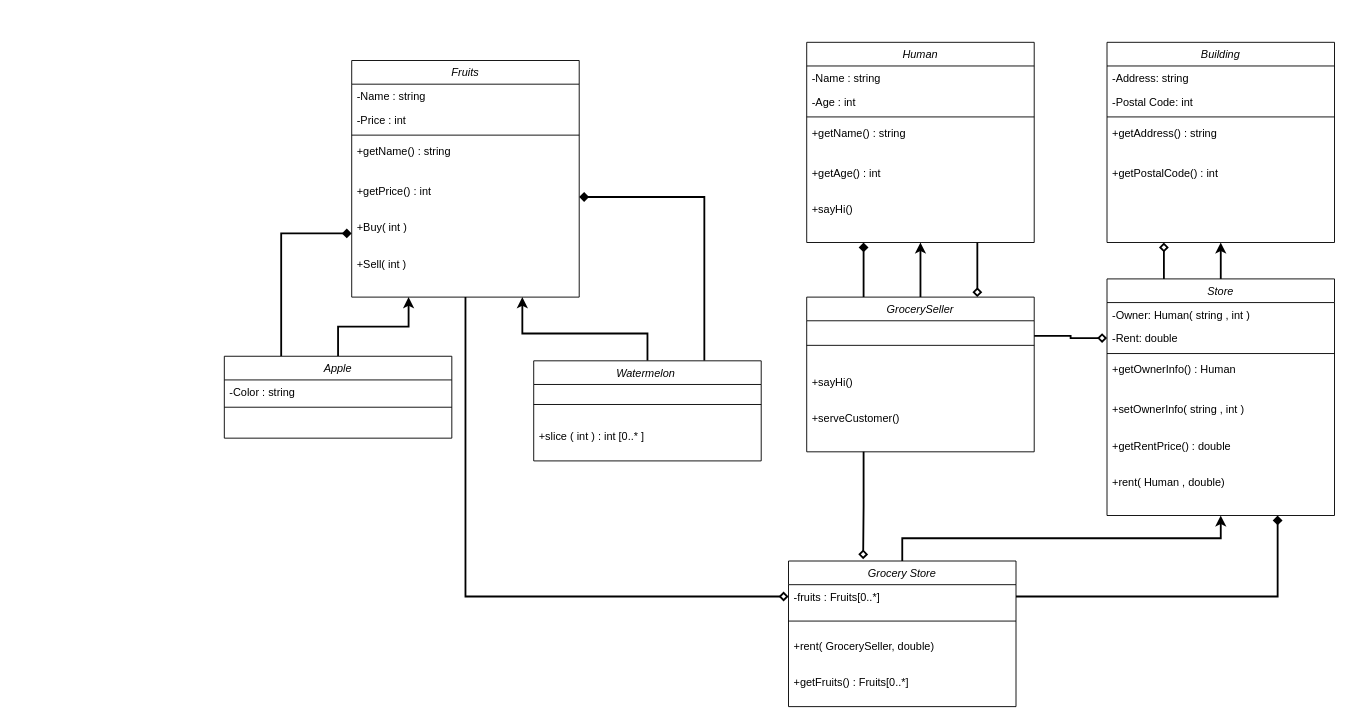
Earlier version of the draw.io diagram AP projects/UNIVERSITY/Untitled Diagram.drawio (ParhamBeik/QUERA_PROJECTS). Source tidied: cells renumbered, new cells numbered last; positions are measured from the earlier drawing's top-left corner, leaving out a move shared by most shapes. Both pictures are drawn from the tidied source at 91%, with x=0, y=0 at pixel (224, 42).
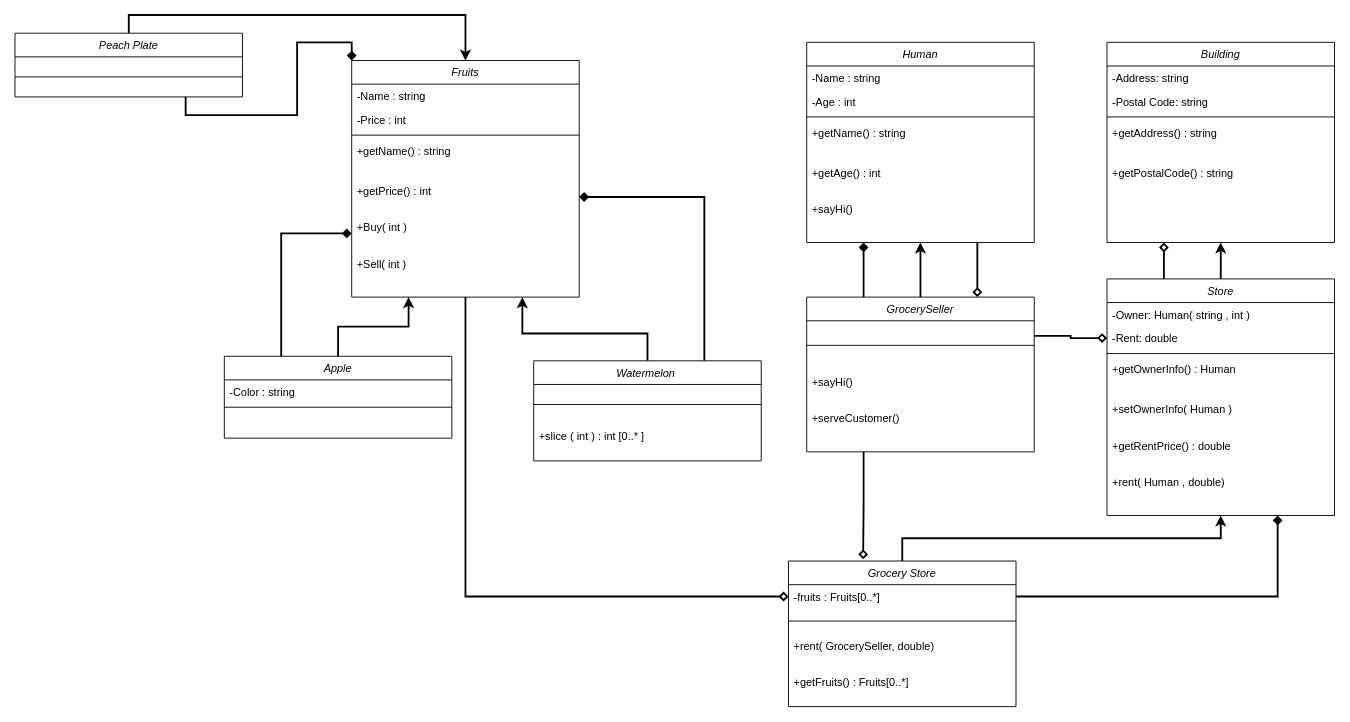
Above is the later version.

Unchanged cells that the change refers to:
```xml
<mxCell id="3" value="Fruits" style="swimlane;fontStyle=2;align=center;verticalAlign=top;horizontal=1;startSize=26;rounded=0;shadow=0;strokeWidth=1;" parent="1" vertex="1">
  <mxGeometry x="140" y="20" width="250" height="260" as="geometry" />
</mxCell>
<mxCell id="36" value="Building" style="swimlane;fontStyle=2;align=center;verticalAlign=top;horizontal=1;startSize=26;rounded=0;shadow=0;strokeWidth=1;" parent="1" vertex="1">
  <mxGeometry x="970" width="250" height="220" as="geometry" />
</mxCell>
<mxCell id="44" value="Store" style="swimlane;fontStyle=2;align=center;verticalAlign=top;horizontal=1;startSize=26;rounded=0;shadow=0;strokeWidth=1;" parent="1" vertex="1">
  <mxGeometry x="970" y="260" width="250" height="260" as="geometry" />
</mxCell>
```

Change to the diagram source:
```diff
@@
-    <mxCell id="38" value="-Postal Code: int" style="text;align=left;verticalAlign=top;spacingLeft=4;spacingRight=4;overflow=hidden;rounded=0;shadow=0;html=0;" parent="36" vertex="1">
+    <mxCell id="38" value="-Postal Code: string" style="text;align=left;verticalAlign=top;spacingLeft=4;spacingRight=4;overflow=hidden;rounded=0;shadow=0;html=0;" parent="36" vertex="1">
       <mxGeometry y="52" width="250" height="26" as="geometry" />
     </mxCell>
@@
-    <mxCell id="41" value="+getPostalCode() : int " style="text;align=left;verticalAlign=top;spacingLeft=4;spacingRight=4;overflow=hidden;shadow=0;" parent="36" vertex="1">
+    <mxCell id="41" value="+getPostalCode() : string" style="text;align=left;verticalAlign=top;spacingLeft=4;spacingRight=4;overflow=hidden;shadow=0;" parent="36" vertex="1">
       <mxGeometry y="130" width="250" height="40" as="geometry" />
     </mxCell>
@@
-    <mxCell id="49" value="+setOwnerInfo( string , int )" style="text;align=left;verticalAlign=top;spacingLeft=4;spacingRight=4;overflow=hidden;shadow=0;" parent="44" vertex="1">
+    <mxCell id="49" value="+setOwnerInfo( Human )" style="text;align=left;verticalAlign=top;spacingLeft=4;spacingRight=4;overflow=hidden;shadow=0;" parent="44" vertex="1">
       <mxGeometry y="130" width="250" height="40" as="geometry" />
     </mxCell>
@@
+    <mxCell id="60" style="edgeStyle=orthogonalEdgeStyle;rounded=0;jettySize=auto;html=1;exitX=0.5;exitY=0;exitDx=0;exitDy=0;entryX=0.5;entryY=0;entryDx=0;entryDy=0;strokeWidth=2;" parent="1" edge="1" source="62" target="3">
+      <mxGeometry relative="1" as="geometry" />
+    </mxCell>
+    <mxCell id="61" style="edgeStyle=orthogonalEdgeStyle;rounded=0;jettySize=auto;html=1;exitX=0.75;exitY=1;exitDx=0;exitDy=0;entryX=0;entryY=0;entryDx=0;entryDy=0;endArrow=diamond;endFill=1;strokeWidth=2;" parent="1" edge="1" source="62" target="3">
+      <mxGeometry relative="1" as="geometry" />
+    </mxCell>
+    <mxCell id="62" value="Peach Plate" style="swimlane;fontStyle=2;align=center;verticalAlign=top;horizontal=1;startSize=26;rounded=0;shadow=0;strokeWidth=1;" parent="1" vertex="1">
+      <mxGeometry x="-230" y="-10" width="250" height="70" as="geometry" />
+    </mxCell>
+    <mxCell id="63" style="line;html=1;strokeWidth=1;align=left;verticalAlign=middle;spacingTop=-1;spacingLeft=3;spacingRight=3;labelPosition=right;" parent="62" vertex="1">
+      <mxGeometry y="26" width="250" height="44" as="geometry" />
+    </mxCell>
```
